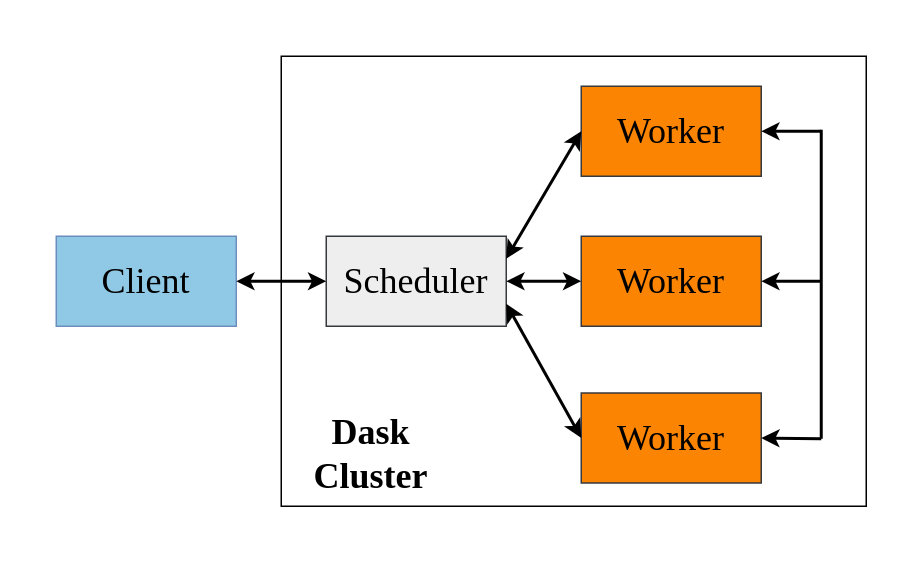
Above: drawio/ch-dask/dask-distributed.drawio in godaai/scale-py-zh (draw.io), before the change. Source tidied: cells renumbered, new cells numbered last; positions are measured from the earlier drawing's top-left corner, leaving out a move shared by most shapes. Both pictures are drawn from the tidied source at 150%, with x=0, y=0 at pixel (26, 26).
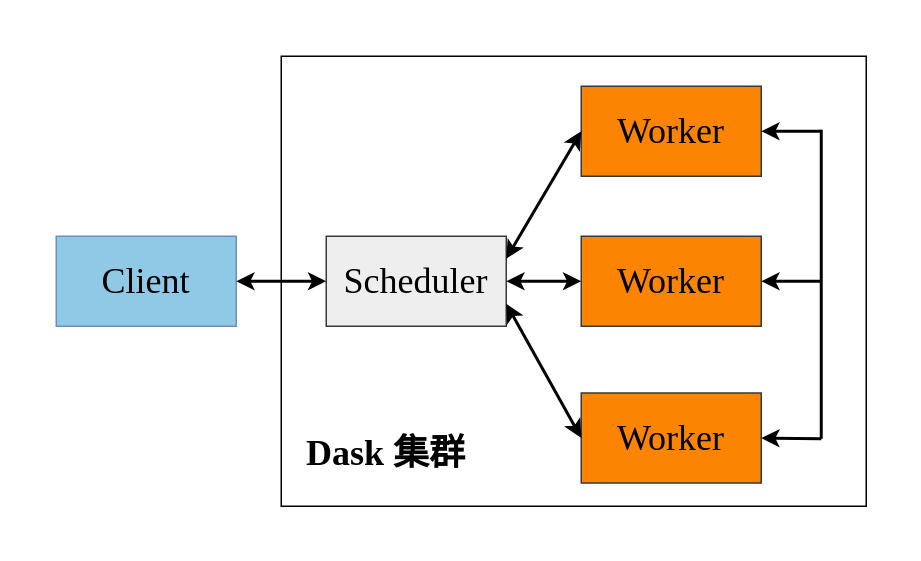
Above is the later version.

Change to the diagram source:
```diff
@@
-    <mxCell id="9" value="&lt;b&gt;Dask Cluster&lt;/b&gt;" style="text;html=1;strokeColor=none;fillColor=none;align=center;verticalAlign=middle;whiteSpace=wrap;rounded=0;fontFamily=Times New Roman;fontSize=24;" parent="1" vertex="1">
-      <mxGeometry x="180" y="260" width="100" height="50" as="geometry" />
+    <mxCell id="9" value="&lt;b&gt;Dask 集群&lt;/b&gt;" style="text;html=1;strokeColor=none;fillColor=none;align=center;verticalAlign=middle;whiteSpace=wrap;rounded=0;fontFamily=Times New Roman;fontSize=24;" parent="1" vertex="1">
+      <mxGeometry x="180" y="260" width="120" height="50" as="geometry" />
     </mxCell>
```
